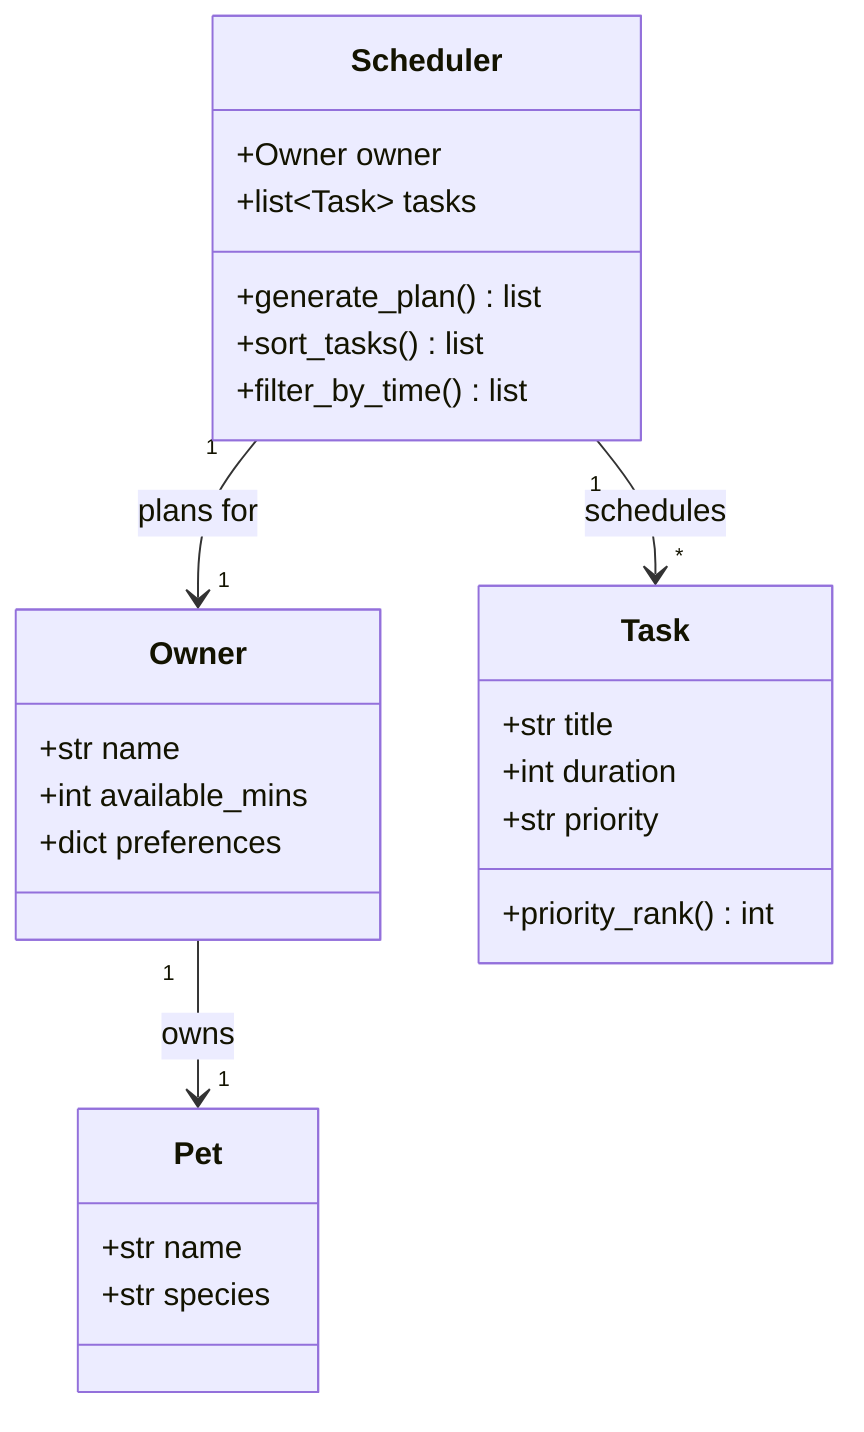
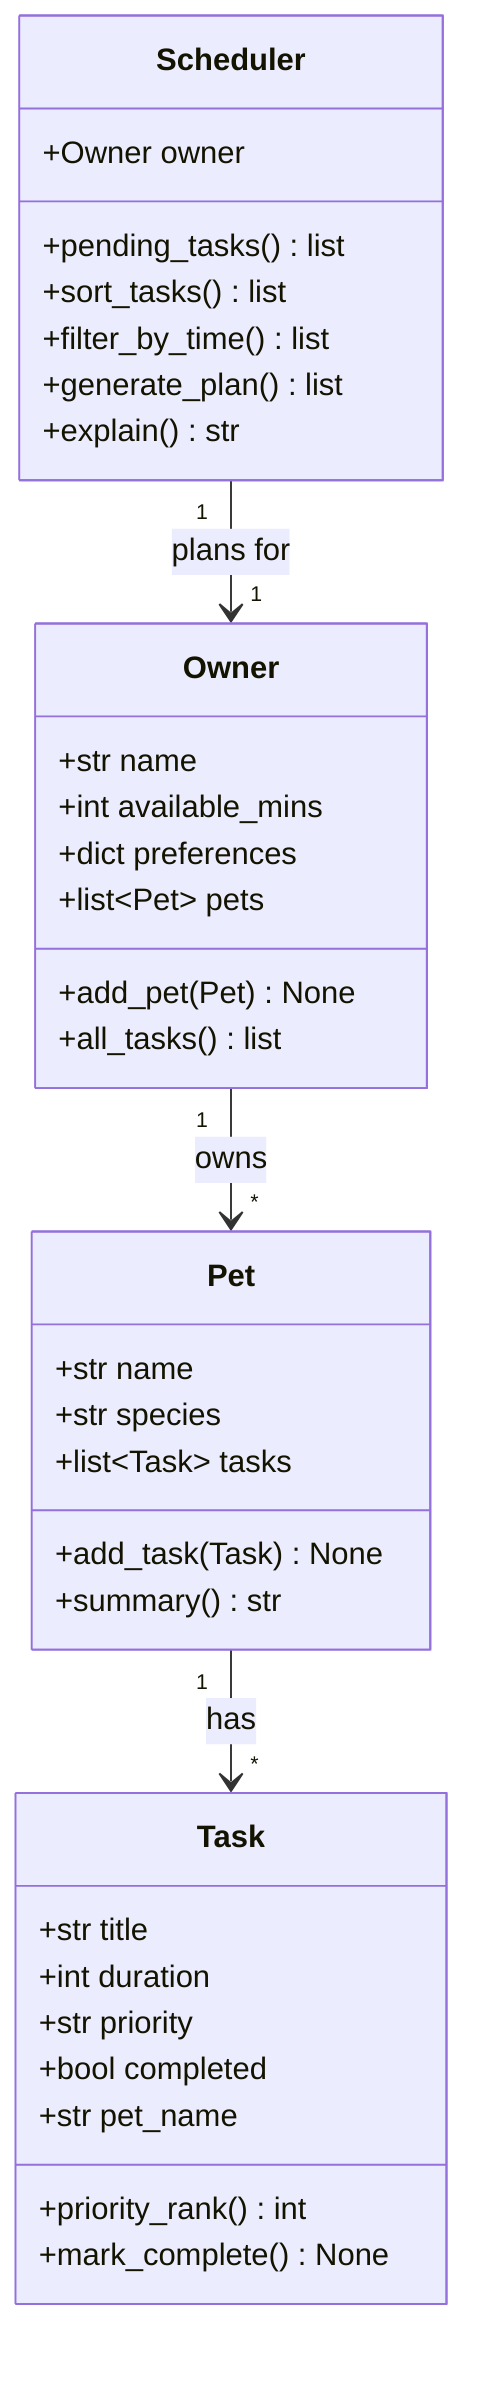
classDiagram
-     class Owner {
-         +str name
-         +int available_mins
-         +dict preferences
+     class Task {
+         +str title
+         +int duration
+         +str priority
+         +bool completed
+         +str pet_name
+         +priority_rank() int
+         +mark_complete() None
    }

    class Pet {
        +str name
        +str species
+         +list~Task~ tasks
+         +add_task(Task) None
+         +summary() str
    }

-     class Task {
-         +str title
-         +int duration
-         +str priority
-         +priority_rank() int
+     class Owner {
+         +str name
+         +int available_mins
+         +dict preferences
+         +list~Pet~ pets
+         +add_pet(Pet) None
+         +all_tasks() list
    }

    class Scheduler {
        +Owner owner
-         +list~Task~ tasks
-         +generate_plan() list
+         +pending_tasks() list
        +sort_tasks() list
        +filter_by_time() list
+         +generate_plan() list
+         +explain() str
    }

-     Owner "1" --> "1" Pet : owns
+     Owner "1" --> "*" Pet : owns
+     Pet "1" --> "*" Task : has
    Scheduler "1" --> "1" Owner : plans for
-     Scheduler "1" --> "*" Task : schedules
